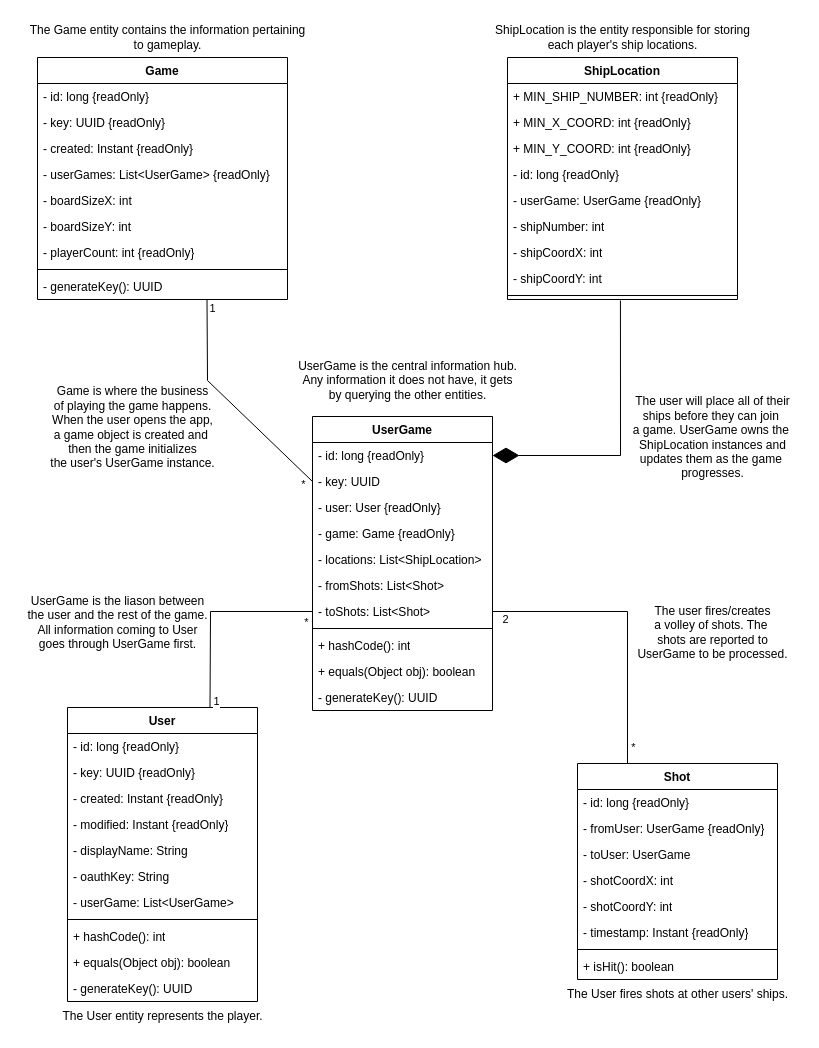
This is docs/work/uml-server-side.drawio from ddc-java-17/cutthroat-battleship-docs, a draw.io file, before an edit. Source tidied: cells renumbered, new cells numbered last; positions are measured from the earlier drawing's top-left corner, leaving out a move shared by most shapes. Both pictures are drawn from the tidied source at 100%, with x=0, y=0 at pixel (17, 17).
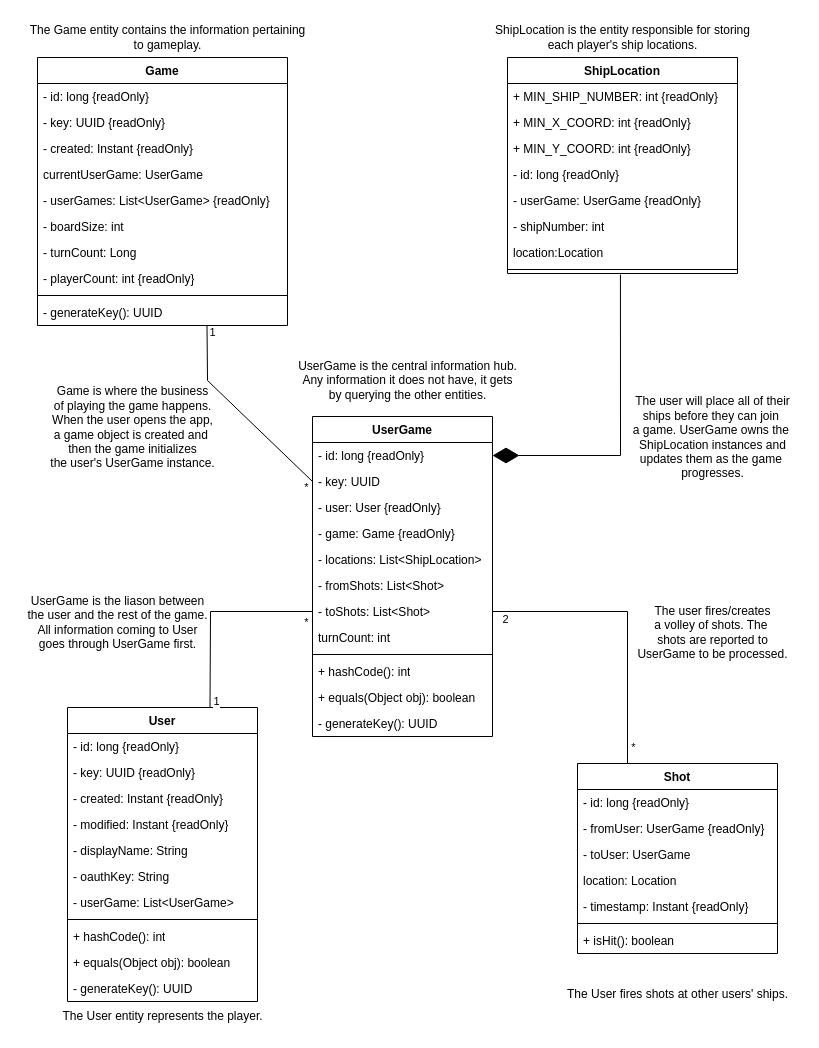
Above is the later version.

Commit message (it also covers changes not shown here):
Updated UML and added DDL

What changed in the source:
```diff
@@
     <mxCell id="2" value="Game" style="swimlane;fontStyle=1;align=center;verticalAlign=top;horizontal=1;startSize=26;whiteSpace=wrap;html=1;" parent="1" vertex="1">
-      <mxGeometry x="20" y="40" width="250" height="242" as="geometry" />
+      <mxGeometry x="20" y="40" width="250" height="268" as="geometry" />
     </mxCell>
@@
+    <mxCell id="74" value="currentUserGame: UserGame" style="text;strokeColor=none;fillColor=none;align=left;verticalAlign=top;spacingLeft=4;spacingRight=4;overflow=hidden;whiteSpace=wrap;html=1;" parent="2" vertex="1">
+      <mxGeometry y="104" width="250" height="26" as="geometry" />
+    </mxCell>
     <mxCell id="6" value="- userGames: List&amp;lt;UserGame&amp;gt; {readOnly}" style="text;strokeColor=none;fillColor=none;align=left;verticalAlign=top;spacingLeft=4;spacingRight=4;overflow=hidden;whiteSpace=wrap;html=1;" parent="2" vertex="1">
-      <mxGeometry y="104" width="250" height="26" as="geometry" />
+      <mxGeometry y="130" width="250" height="26" as="geometry" />
     </mxCell>
-    <mxCell id="7" value="- boardSizeX: int" style="text;strokeColor=none;fillColor=none;align=left;verticalAlign=top;spacingLeft=4;spacingRight=4;overflow=hidden;whiteSpace=wrap;html=1;" parent="2" vertex="1">
-      <mxGeometry y="130" width="250" height="26" as="geometry" />
+    <mxCell id="7" value="- boardSize: int" style="text;strokeColor=none;fillColor=none;align=left;verticalAlign=top;spacingLeft=4;spacingRight=4;overflow=hidden;whiteSpace=wrap;html=1;" parent="2" vertex="1">
+      <mxGeometry y="156" width="250" height="26" as="geometry" />
     </mxCell>
-    <mxCell id="8" value="- boardSizeY: int" style="text;strokeColor=none;fillColor=none;align=left;verticalAlign=top;spacingLeft=4;spacingRight=4;overflow=hidden;whiteSpace=wrap;html=1;" parent="2" vertex="1">
-      <mxGeometry y="156" width="250" height="26" as="geometry" />
+    <mxCell id="8" value="- turnCount: Long" style="text;strokeColor=none;fillColor=none;align=left;verticalAlign=top;spacingLeft=4;spacingRight=4;overflow=hidden;whiteSpace=wrap;html=1;" parent="2" vertex="1">
+      <mxGeometry y="182" width="250" height="26" as="geometry" />
     </mxCell>
     <mxCell id="9" value="- playerCount: int {readOnly}" style="text;strokeColor=none;fillColor=none;align=left;verticalAlign=top;spacingLeft=4;spacingRight=4;overflow=hidden;whiteSpace=wrap;html=1;" parent="2" vertex="1">
-      <mxGeometry y="182" width="250" height="26" as="geometry" />
+      <mxGeometry y="208" width="250" height="26" as="geometry" />
     </mxCell>
     <mxCell id="10" style="line;strokeWidth=1;fillColor=none;align=left;verticalAlign=middle;spacingTop=-1;spacingLeft=3;spacingRight=3;labelPosition=right;strokeColor=inherit;" parent="2" vertex="1">
-      <mxGeometry y="208" width="250" height="8" as="geometry" />
+      <mxGeometry y="234" width="250" height="8" as="geometry" />
     </mxCell>
     <mxCell id="11" value="- generateKey(): UUID" style="text;strokeColor=none;fillColor=none;align=left;verticalAlign=top;spacingLeft=4;spacingRight=4;overflow=hidden;points=[[0,0.5],[1,0.5]];portConstraint=eastwest;whiteSpace=wrap;html=1;" parent="2" vertex="1">
-      <mxGeometry y="216" width="250" height="26" as="geometry" />
+      <mxGeometry y="242" width="250" height="26" as="geometry" />
     </mxCell>
     <mxCell id="12" value="UserGame" style="swimlane;fontStyle=1;align=center;verticalAlign=top;horizontal=1;startSize=26;whiteSpace=wrap;html=1;" parent="1" vertex="1">
-      <mxGeometry x="295" y="399" width="180" height="294" as="geometry" />
+      <mxGeometry x="295" y="399" width="180" height="320" as="geometry" />
     </mxCell>
@@
+    <mxCell id="75" value="turnCount: int" style="text;strokeColor=none;fillColor=none;align=left;verticalAlign=top;spacingLeft=4;spacingRight=4;overflow=hidden;whiteSpace=wrap;html=1;" parent="12" vertex="1">
+      <mxGeometry y="208" width="180" height="26" as="geometry" />
+    </mxCell>
     <mxCell id="20" style="line;strokeWidth=1;fillColor=none;align=left;verticalAlign=middle;spacingTop=-1;spacingLeft=3;spacingRight=3;labelPosition=right;strokeColor=inherit;" parent="12" vertex="1">
-      <mxGeometry y="208" width="180" height="8" as="geometry" />
+      <mxGeometry y="234" width="180" height="8" as="geometry" />
     </mxCell>
     <mxCell id="21" value="+ hashCode(): int" style="text;strokeColor=none;fillColor=none;align=left;verticalAlign=top;spacingLeft=4;spacingRight=4;overflow=hidden;whiteSpace=wrap;html=1;" parent="12" vertex="1">
-      <mxGeometry y="216" width="180" height="26" as="geometry" />
+      <mxGeometry y="242" width="180" height="26" as="geometry" />
     </mxCell>
     <mxCell id="22" value="+ equals(Object obj): boolean" style="text;strokeColor=none;fillColor=none;align=left;verticalAlign=top;spacingLeft=4;spacingRight=4;overflow=hidden;whiteSpace=wrap;html=1;" parent="12" vertex="1">
-      <mxGeometry y="242" width="180" height="26" as="geometry" />
+      <mxGeometry y="268" width="180" height="26" as="geometry" />
     </mxCell>
     <mxCell id="23" value="- generateKey(): UUID" style="text;strokeColor=none;fillColor=none;align=left;verticalAlign=top;spacingLeft=4;spacingRight=4;overflow=hidden;whiteSpace=wrap;html=1;" parent="12" vertex="1">
-      <mxGeometry y="268" width="180" height="26" as="geometry" />
+      <mxGeometry y="294" width="180" height="26" as="geometry" />
     </mxCell>
@@
     <mxCell id="36" value="Shot" style="swimlane;fontStyle=1;align=center;verticalAlign=top;horizontal=1;startSize=26;whiteSpace=wrap;html=1;" parent="1" vertex="1">
-      <mxGeometry x="560" y="746" width="200" height="216" as="geometry" />
+      <mxGeometry x="560" y="746" width="200" height="190" as="geometry" />
     </mxCell>
@@
-    <mxCell id="40" value="- shotCoordX: int" style="text;strokeColor=none;fillColor=none;align=left;verticalAlign=top;spacingLeft=4;spacingRight=4;overflow=hidden;whiteSpace=wrap;html=1;" parent="36" vertex="1">
+    <mxCell id="40" value="location: Location" style="text;strokeColor=none;fillColor=none;align=left;verticalAlign=top;spacingLeft=4;spacingRight=4;overflow=hidden;whiteSpace=wrap;html=1;" parent="36" vertex="1">
       <mxGeometry y="104" width="200" height="26" as="geometry" />
     </mxCell>
-    <mxCell id="41" value="- shotCoordY: int" style="text;strokeColor=none;fillColor=none;align=left;verticalAlign=top;spacingLeft=4;spacingRight=4;overflow=hidden;whiteSpace=wrap;html=1;" parent="36" vertex="1">
-      <mxGeometry y="130" width="200" height="26" as="geometry" />
-    </mxCell>
     <mxCell id="42" value="- timestamp: Instant {readOnly}" style="text;strokeColor=none;fillColor=none;align=left;verticalAlign=top;spacingLeft=4;spacingRight=4;overflow=hidden;whiteSpace=wrap;html=1;" parent="36" vertex="1">
-      <mxGeometry y="156" width="200" height="26" as="geometry" />
+      <mxGeometry y="130" width="200" height="26" as="geometry" />
     </mxCell>
     <mxCell id="43" style="line;strokeWidth=1;fillColor=none;align=left;verticalAlign=middle;spacingTop=-1;spacingLeft=3;spacingRight=3;labelPosition=right;strokeColor=inherit;" parent="36" vertex="1">
-      <mxGeometry y="182" width="200" height="8" as="geometry" />
+      <mxGeometry y="156" width="200" height="8" as="geometry" />
     </mxCell>
     <mxCell id="44" value="+ isHit(): boolean" style="text;strokeColor=none;fillColor=none;align=left;verticalAlign=top;spacingLeft=4;spacingRight=4;overflow=hidden;whiteSpace=wrap;html=1;" parent="36" vertex="1">
-      <mxGeometry y="190" width="200" height="26" as="geometry" />
+      <mxGeometry y="164" width="200" height="26" as="geometry" />
     </mxCell>
     <mxCell id="45" value="ShipLocation" style="swimlane;fontStyle=1;align=center;verticalAlign=top;horizontal=1;startSize=26;whiteSpace=wrap;html=1;" parent="1" vertex="1">
-      <mxGeometry x="490" y="40" width="230" height="242" as="geometry" />
+      <mxGeometry x="490" y="40" width="230" height="216" as="geometry" />
     </mxCell>
@@
-    <mxCell id="52" value="- shipCoordX: int" style="text;strokeColor=none;fillColor=none;align=left;verticalAlign=top;spacingLeft=4;spacingRight=4;overflow=hidden;whiteSpace=wrap;html=1;" parent="45" vertex="1">
+    <mxCell id="52" value="location:Location" style="text;strokeColor=none;fillColor=none;align=left;verticalAlign=top;spacingLeft=4;spacingRight=4;overflow=hidden;whiteSpace=wrap;html=1;" parent="45" vertex="1">
       <mxGeometry y="182" width="230" height="26" as="geometry" />
     </mxCell>
-    <mxCell id="53" value="- shipCoordY: int" style="text;strokeColor=none;fillColor=none;align=left;verticalAlign=top;spacingLeft=4;spacingRight=4;overflow=hidden;whiteSpace=wrap;html=1;" parent="45" vertex="1">
-      <mxGeometry y="208" width="230" height="26" as="geometry" />
-    </mxCell>
     <mxCell id="54" style="line;strokeWidth=1;fillColor=none;align=left;verticalAlign=middle;spacingTop=-1;spacingLeft=3;spacingRight=3;labelPosition=right;points=[];portConstraint=eastwest;strokeColor=inherit;" parent="45" vertex="1">
-      <mxGeometry y="234" width="230" height="8" as="geometry" />
+      <mxGeometry y="208" width="230" height="8" as="geometry" />
     </mxCell>
```
